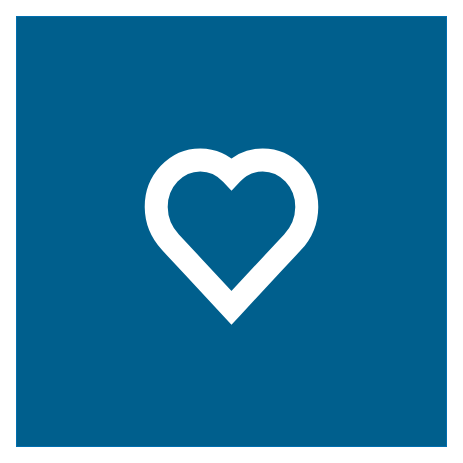
Before: lib/assets/icons/app_icon.drawio in TheophilusM/wellthemes-shortcodes, a draw.io diagram. Source tidied: cells renumbered, new cells numbered last; positions are measured from the earlier drawing's top-left corner, leaving out a move shared by most shapes. Both pictures are drawn from the tidied source at 100%, with x=0, y=0 at pixel (16, 16).
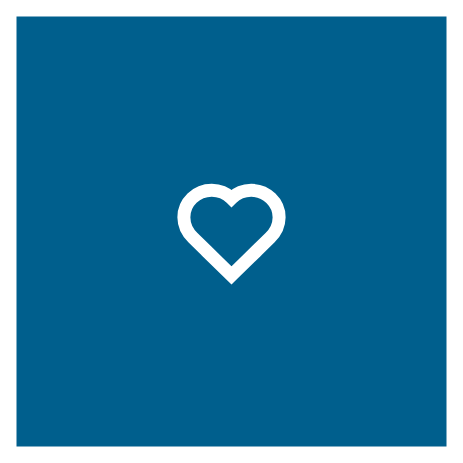
After the change.

The edit, as a diff of the source:
```diff
@@
 <mxGraphModel>
   <root>
     <mxCell id="0" />
     <mxCell id="1" parent="0" />
-    <mxCell id="2" style="whiteSpace=wrap;html=1;strokeColor=#006EAF;fillColor=light-dark(#005F8D,#005F8D);fontColor=#ffffff;" parent="1" vertex="1">
+    <mxCell id="2" style="whiteSpace=wrap;html=1;strokeColor=none;fillColor=light-dark(#005F8D,#005F8D);fontColor=#ffffff;" parent="1" vertex="1">
       <mxGeometry width="430" height="430" as="geometry" />
     </mxCell>
-    <mxCell id="3" style="verticalLabelPosition=bottom;verticalAlign=top;html=1;shape=mxgraph.basic.heart;noLabel=0;fillOpacity=100;strokeWidth=23;shadow=0;fillColor=none;strokeColor=#FFFFFF;perimeterSpacing=0;" parent="1" vertex="1">
-      <mxGeometry x="135" y="138.8" width="160" height="152.5" as="geometry" />
+    <mxCell id="3" style="verticalLabelPosition=bottom;verticalAlign=top;html=1;shape=mxgraph.basic.heart;noLabel=0;fillOpacity=100;strokeWidth=13;shadow=0;fillColor=none;strokeColor=#FFFFFF;perimeterSpacing=0;" parent="1" vertex="1">
+      <mxGeometry x="164.4" y="171.1" width="101.2" height="87.8" as="geometry" />
     </mxCell>
   </root>
 </mxGraphModel>
```
